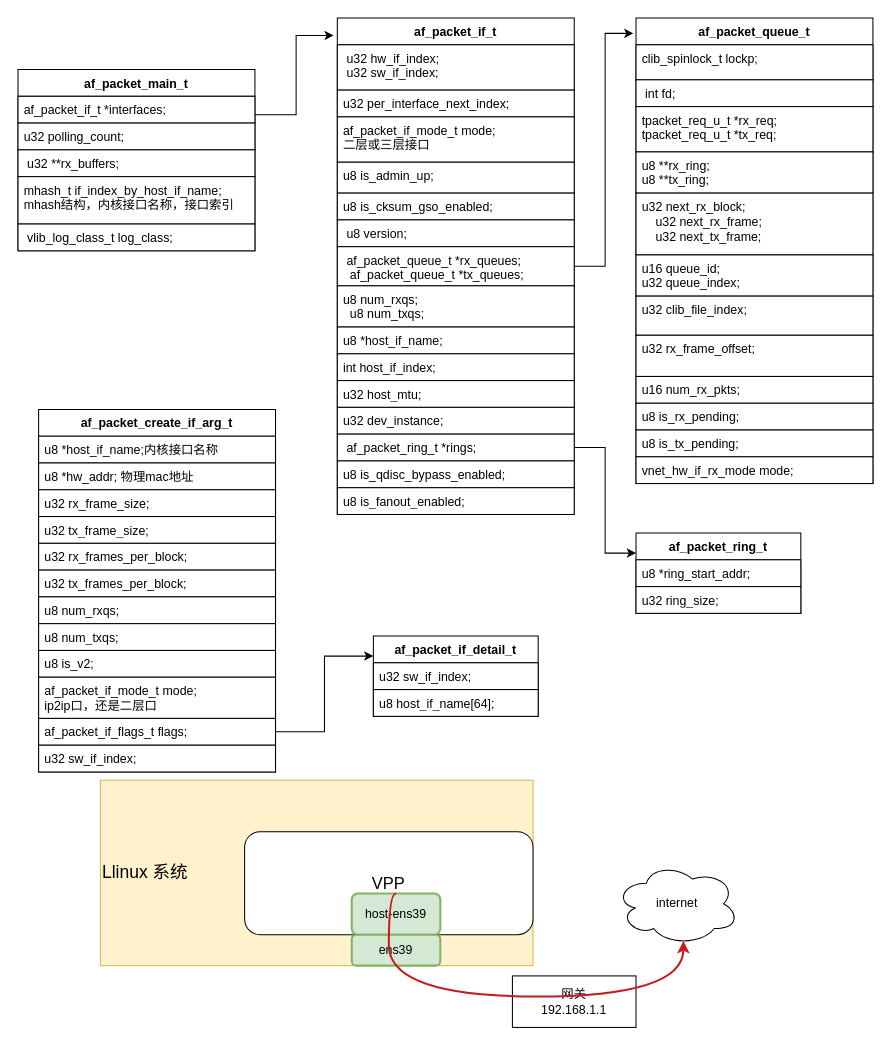
Before: new_map/AF_PACKET.drawio in jin13417/dpdk-vpp-learning, a draw.io diagram. Source tidied: cells renumbered, new cells numbered last; positions are measured from the earlier drawing's top-left corner, leaving out a move shared by most shapes. Both pictures are drawn from the tidied source at 103%, with x=0, y=0 at pixel (18, 18).
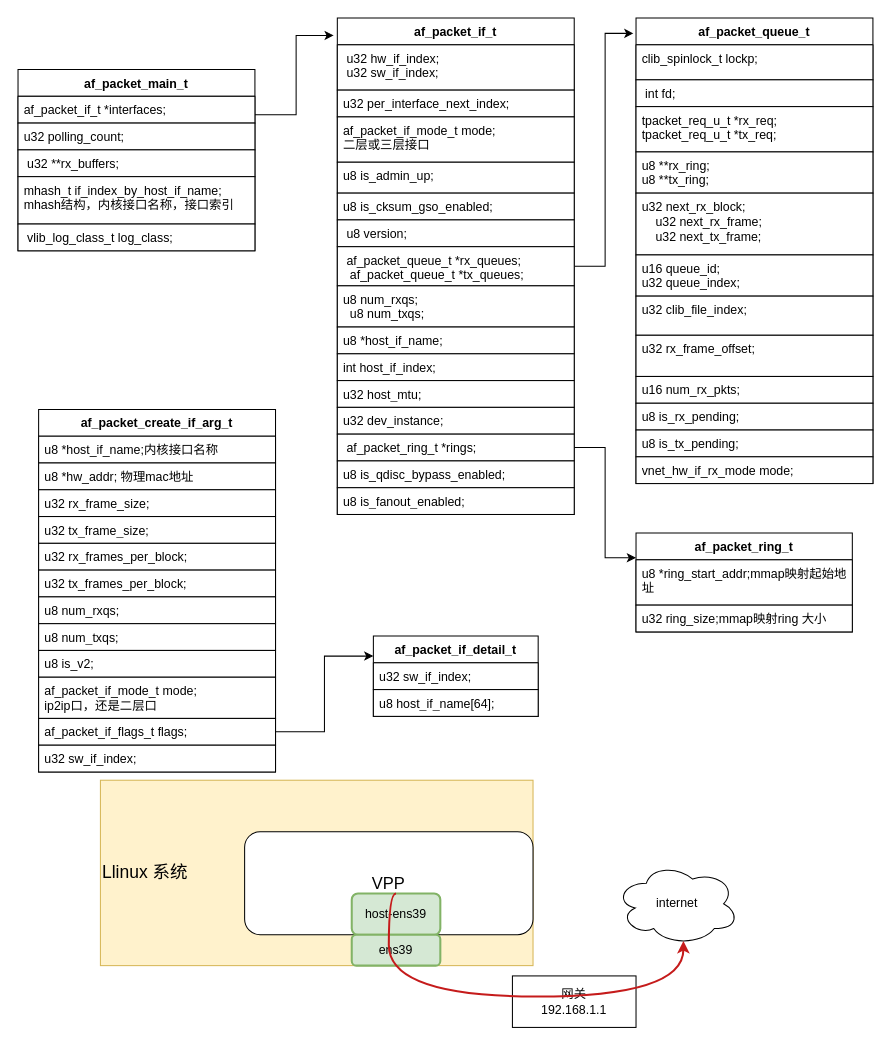
Above is the later version.

What changed in the source:
```diff
@@
     <mxCell id="46" value="af_packet_ring_t" style="swimlane;fontStyle=1;align=center;verticalAlign=top;horizontal=1;startSize=26;whiteSpace=wrap;html=1;" parent="1" vertex="1">
-      <mxGeometry x="600" y="500" width="160" height="78" as="geometry" />
+      <mxGeometry x="600" y="500" width="210" height="96" as="geometry" />
     </mxCell>
-    <mxCell id="47" value="u8 *ring_start_addr;" style="text;strokeColor=default;fillColor=default;align=left;verticalAlign=top;spacingLeft=4;spacingRight=4;overflow=hidden;whiteSpace=wrap;html=1;" parent="46" vertex="1">
-      <mxGeometry y="26" width="160" height="26" as="geometry" />
+    <mxCell id="47" value="u8 *ring_start_addr;mmap映射起始地址" style="text;strokeColor=default;fillColor=default;align=left;verticalAlign=top;spacingLeft=4;spacingRight=4;overflow=hidden;whiteSpace=wrap;html=1;" parent="46" vertex="1">
+      <mxGeometry y="26" width="210" height="44" as="geometry" />
     </mxCell>
-    <mxCell id="48" value="u32 ring_size;" style="text;strokeColor=default;fillColor=default;align=left;verticalAlign=top;spacingLeft=4;spacingRight=4;overflow=hidden;whiteSpace=wrap;html=1;" parent="46" vertex="1">
-      <mxGeometry y="52" width="160" height="26" as="geometry" />
+    <mxCell id="48" value="u32 ring_size;mmap映射ring 大小" style="text;strokeColor=default;fillColor=default;align=left;verticalAlign=top;spacingLeft=4;spacingRight=4;overflow=hidden;whiteSpace=wrap;html=1;" parent="46" vertex="1">
+      <mxGeometry y="70" width="210" height="26" as="geometry" />
     </mxCell>
```
